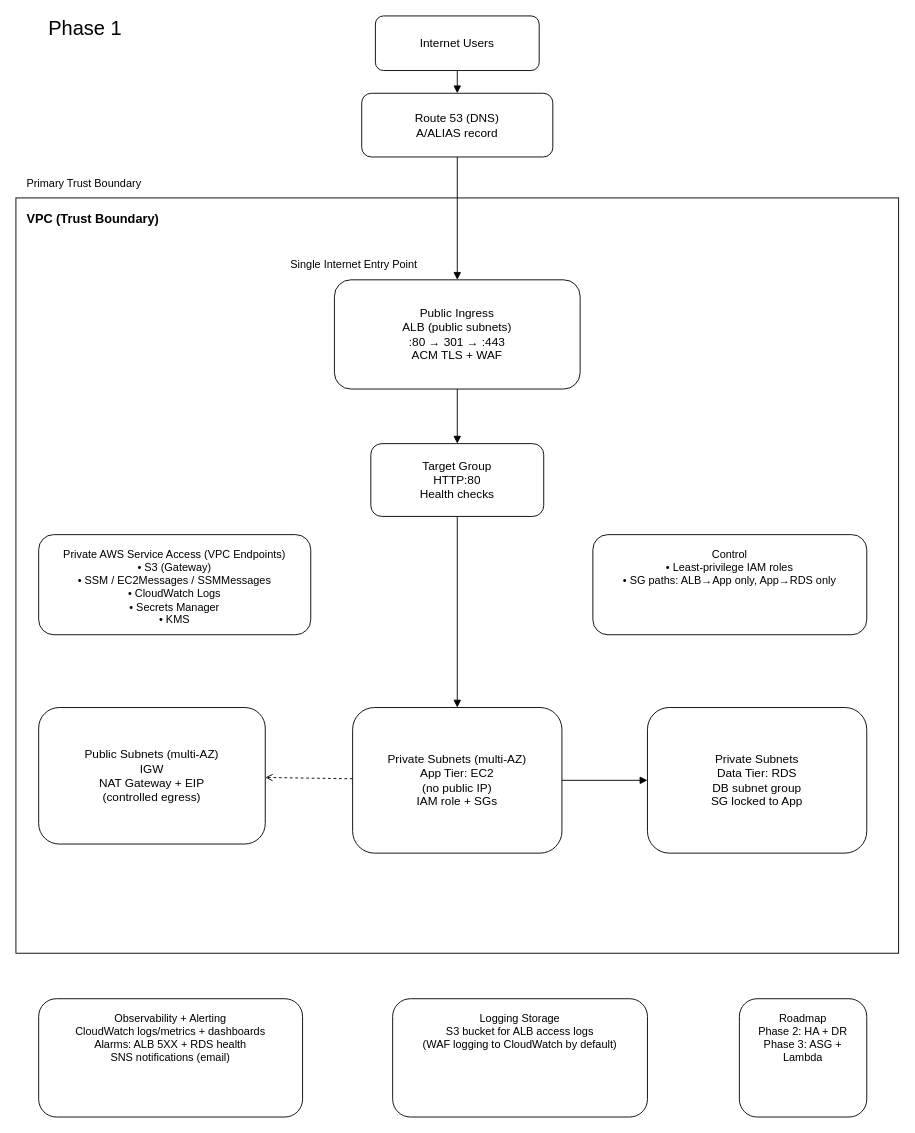
Above: lab-1/lab1-senior-architect-white-board.drawio in DennistonShaw/BOS-ARMAGEDDON-LABS-1-3 (draw.io), before the change. Source tidied: cells renumbered, new cells numbered last; positions are measured from the earlier drawing's top-left corner, leaving out a move shared by most shapes. Both pictures are drawn from the tidied source at 91%, with x=0, y=0 at pixel (15, 15).
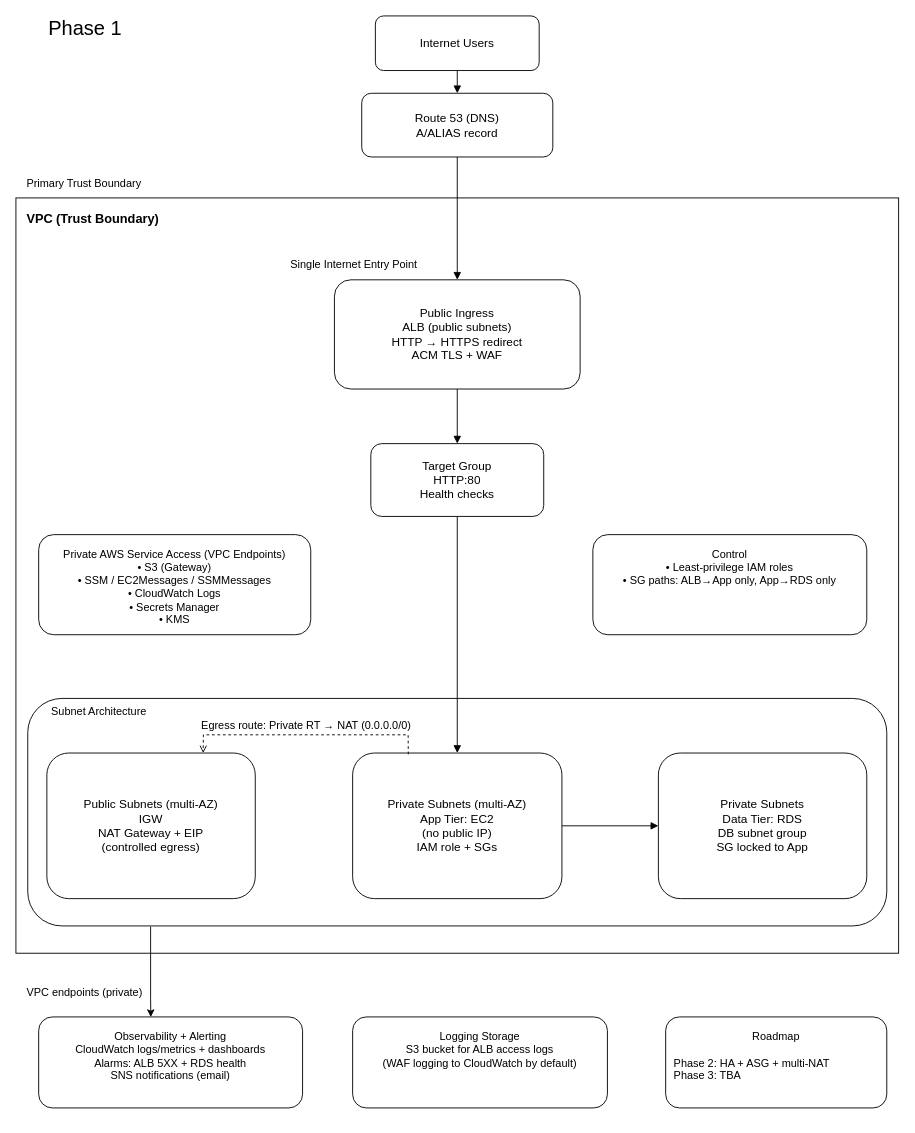
After the change.

Change to the diagram source:
```diff
@@
+    <mxCell id="4" value="VPC (Trust Boundary)" style="swimlane=1;rounded=0;whiteSpace=wrap;html=1;align=left;verticalAlign=top;spacingTop=8;spacingLeft=10;fontSize=14;fontStyle=1;startSize=36;fillColor=none;" parent="1" vertex="1">
+      <mxGeometry y="200" width="970" height="830" as="geometry" />
+    </mxCell>
+    <mxCell id="24" style="rounded=1;whiteSpace=wrap;html=1;fillColor=none;" parent="1" vertex="1">
+      <mxGeometry x="13" y="750" width="944" height="250" as="geometry" />
+    </mxCell>
@@
-    <mxCell id="4" value="VPC (Trust Boundary)" style="swimlane=1;rounded=0;whiteSpace=wrap;html=1;align=left;verticalAlign=top;spacingTop=8;spacingLeft=10;fontSize=14;fontStyle=1;startSize=36;" parent="1" vertex="1">
-      <mxGeometry y="200" width="970" height="830" as="geometry" />
-    </mxCell>
     <mxCell id="5" value="Observability + Alerting&lt;br&gt;CloudWatch logs/metrics + dashboards&lt;br&gt;Alarms: ALB 5XX + RDS health&lt;br&gt;SNS notifications (email)" style="rounded=1;whiteSpace=wrap;html=1;align=center;verticalAlign=top;spacing=10;fontSize=12;" parent="1" vertex="1">
-      <mxGeometry x="25" y="1080" width="290" height="130" as="geometry" />
+      <mxGeometry x="25" y="1100" width="290" height="100" as="geometry" />
     </mxCell>
     <mxCell id="6" value="Logging Storage&lt;br&gt;S3 bucket for ALB access logs&lt;br&gt;(WAF logging to CloudWatch by default)" style="rounded=1;whiteSpace=wrap;html=1;align=center;verticalAlign=top;spacing=10;fontSize=12;" parent="1" vertex="1">
-      <mxGeometry x="414" y="1080" width="280" height="130" as="geometry" />
+      <mxGeometry x="370" y="1100" width="280" height="100" as="geometry" />
     </mxCell>
-    <mxCell id="7" value="Roadmap&lt;br&gt;Phase 2: HA + DR&lt;br&gt;Phase 3: ASG + Lambda" style="rounded=1;whiteSpace=wrap;html=1;align=center;verticalAlign=top;spacing=10;fontSize=12;" parent="1" vertex="1">
-      <mxGeometry x="795" y="1080" width="140" height="130" as="geometry" />
+    <mxCell id="7" value="Roadmap&lt;div&gt;&lt;br&gt;&lt;div style=&quot;text-align: left;&quot;&gt;&lt;span style=&quot;background-color: transparent; color: light-dark(rgb(0, 0, 0), rgb(255, 255, 255));&quot;&gt;Phase 2:&amp;nbsp;&lt;/span&gt;&lt;span style=&quot;background-color: transparent; color: light-dark(rgb(0, 0, 0), rgb(255, 255, 255)); text-align: center;&quot;&gt;HA + ASG + multi-NAT&lt;/span&gt;&lt;span style=&quot;background-color: transparent; color: light-dark(rgb(0, 0, 0), rgb(255, 255, 255));&quot;&gt;&amp;nbsp; &amp;nbsp; &amp;nbsp; &amp;nbsp; &amp;nbsp; &amp;nbsp; &amp;nbsp; &amp;nbsp;&amp;nbsp;&lt;/span&gt;&lt;/div&gt;&lt;div style=&quot;text-align: left;&quot;&gt;&lt;span style=&quot;background-color: transparent; color: light-dark(rgb(0, 0, 0), rgb(255, 255, 255));&quot;&gt;Phase 3: TBA&lt;/span&gt;&lt;/div&gt;&lt;/div&gt;" style="rounded=1;whiteSpace=wrap;html=1;align=center;verticalAlign=top;spacing=10;fontSize=12;" parent="1" vertex="1">
+      <mxGeometry x="714" y="1100" width="243" height="100" as="geometry" />
     </mxCell>
@@
     <mxCell id="12" value="Public Subnets (multi-AZ)&#10;IGW&#10;NAT Gateway + EIP&#10;(controlled egress)" style="rounded=1;whiteSpace=wrap;html=1;align=center;verticalAlign=middle;spacing=10;fontSize=13;" parent="1" vertex="1">
-      <mxGeometry x="25" y="760" width="249" height="150" as="geometry" />
+      <mxGeometry x="34" y="810" width="229" height="160" as="geometry" />
     </mxCell>
     <mxCell id="13" value="Private Subnets (multi-AZ)&#10;App Tier: EC2&#10;(no public IP)&#10;IAM role + SGs" style="rounded=1;whiteSpace=wrap;html=1;align=center;verticalAlign=middle;spacing=10;fontSize=13;" parent="1" vertex="1">
-      <mxGeometry x="370" y="760" width="230" height="160" as="geometry" />
+      <mxGeometry x="370" y="810" width="230" height="160" as="geometry" />
     </mxCell>
     <mxCell id="14" value="Private Subnets&#10;Data Tier: RDS&#10;DB subnet group&#10;SG locked to App" style="rounded=1;whiteSpace=wrap;html=1;align=center;verticalAlign=middle;spacing=10;fontSize=13;" parent="1" vertex="1">
-      <mxGeometry x="694" y="760" width="241" height="160" as="geometry" />
+      <mxGeometry x="706" y="810" width="229" height="160" as="geometry" />
     </mxCell>
+    <mxCell id="25" style="edgeStyle=orthogonalEdgeStyle;rounded=0;jettySize=auto;html=1;exitX=0.143;exitY=1.003;exitDx=0;exitDy=0;entryX=0.425;entryY=0.002;entryDx=0;entryDy=0;exitPerimeter=0;entryPerimeter=0;" parent="1" edge="1" source="24" target="5">
+      <mxGeometry relative="1" as="geometry">
+        <Array as="points">
+          <mxPoint x="148" y="1080" />
+        </Array>
+      </mxGeometry>
+    </mxCell>
@@
-    <mxCell id="18" style="endArrow=open;dashed=1;html=1;rounded=0;" parent="1" edge="1" source="13" target="12">
-      <mxGeometry relative="1" as="geometry" />
+    <mxCell id="18" style="endArrow=open;dashed=1;html=1;rounded=0;strokeWidth=1;entryX=0.75;entryY=0;entryDx=0;entryDy=0;exitX=0.266;exitY=0.009;exitDx=0;exitDy=0;exitPerimeter=0;" parent="1" edge="1" source="13" target="12">
+      <mxGeometry relative="1" as="geometry">
+        <Array as="points">
+          <mxPoint x="431" y="790" />
+          <mxPoint x="334" y="790" />
+          <mxPoint x="206" y="790" />
+        </Array>
+      </mxGeometry>
     </mxCell>
@@
-    <mxCell id="20" value="Public Ingress&#10;ALB (public subnets)&#10;:80 → 301 → :443&#10;ACM TLS + WAF" style="rounded=1;whiteSpace=wrap;html=1;align=center;verticalAlign=middle;spacing=10;fontSize=13;" parent="1" vertex="1">
+    <mxCell id="20" value="Public Ingress&lt;br&gt;ALB (public subnets)&lt;br&gt;HTTP → HTTPS redirect&lt;br&gt;ACM TLS + WAF" style="rounded=1;whiteSpace=wrap;html=1;align=center;verticalAlign=middle;spacing=10;fontSize=13;" parent="1" vertex="1">
       <mxGeometry x="350" y="290" width="270" height="120" as="geometry" />
     </mxCell>
@@
+    <mxCell id="26" value="Subnet Architecture" style="text;html=1;whiteSpace=wrap;strokeColor=none;fillColor=none;align=center;verticalAlign=middle;rounded=0;" parent="1" vertex="1">
+      <mxGeometry x="29" y="750" width="125" height="30" as="geometry" />
+    </mxCell>
+    <mxCell id="27" value="VPC endpoints (private)" style="text;whiteSpace=wrap;html=1;" parent="1" vertex="1">
+      <mxGeometry x="10" y="1060" width="160" height="40" as="geometry" />
+    </mxCell>
+    <mxCell id="28" value="&lt;font&gt;Egress route:&amp;nbsp;&lt;/font&gt;Private RT → NAT (0.0.0.0/0)" style="text;whiteSpace=wrap;html=1;" parent="1" vertex="1">
+      <mxGeometry x="202" y="766" width="240" height="20" as="geometry" />
+    </mxCell>
```
